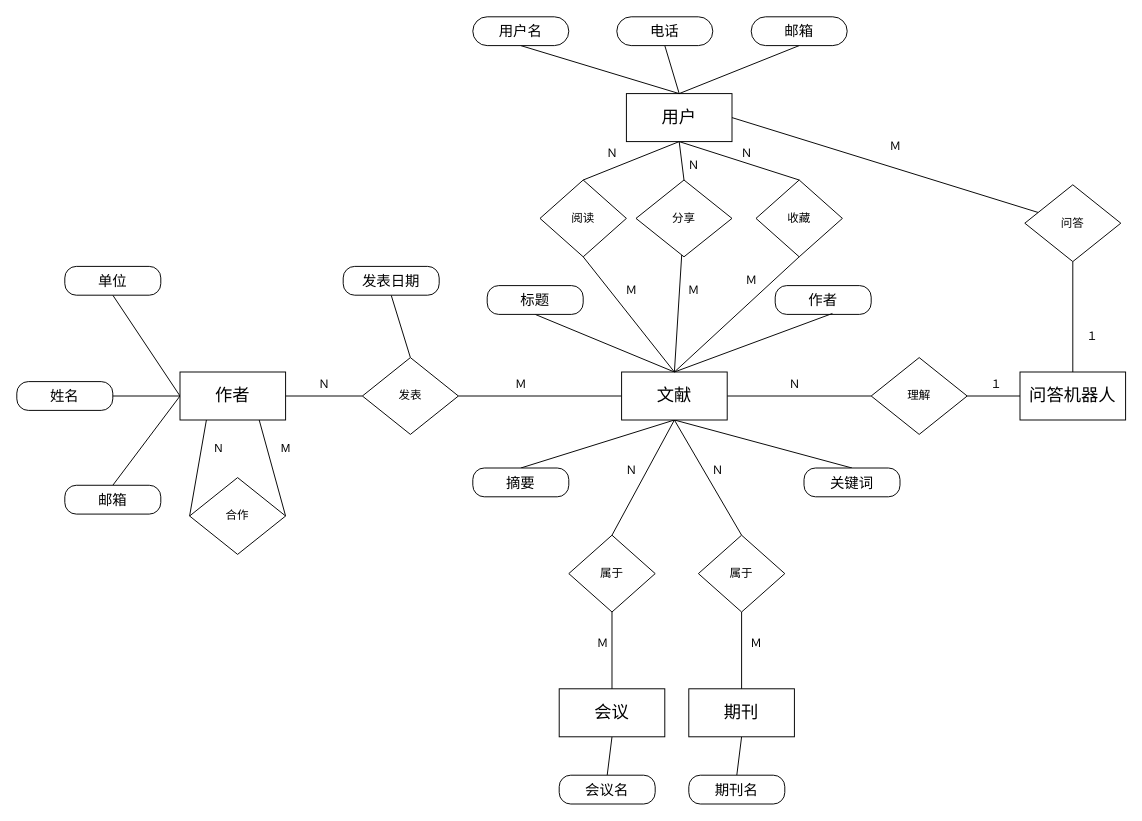
This is ＥＲ图.drawio from yearnallover/step_into_chatgpt, a draw.io file, before an edit. Source tidied: cells renumbered, new cells numbered last; positions are measured from the earlier drawing's top-left corner, leaving out a move shared by most shapes. Both pictures are drawn from the tidied source at 96%, with x=0, y=0 at pixel (16, 16).
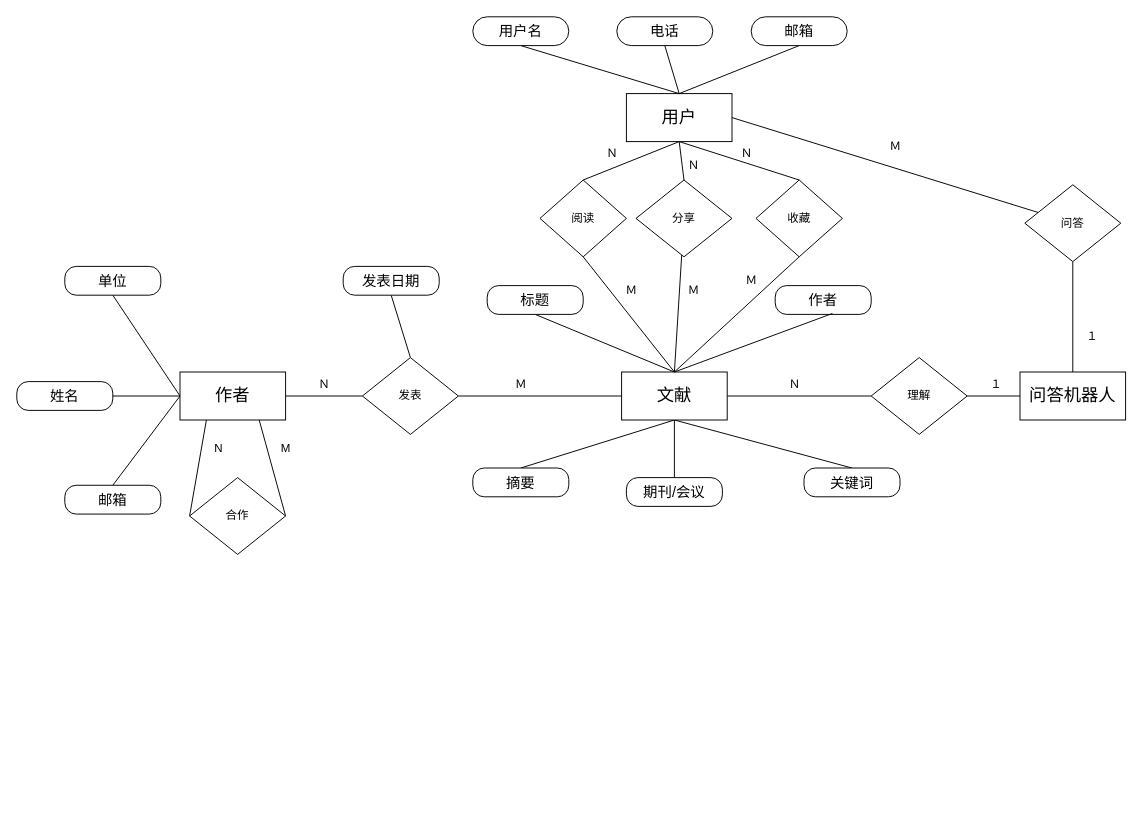
The same diagram, later.

Unchanged cells that the change refers to:
```xml
<mxCell id="25" value="&lt;font style=&quot;font-size: 18px;&quot;&gt;文献&lt;/font&gt;" style="rounded=0;whiteSpace=wrap;html=1;" parent="1" vertex="1">
  <mxGeometry x="630" y="370" width="110" height="50" as="geometry" />
</mxCell>
```

The edit, as a diff of the source:
```diff
@@
-    <mxCell id="26" style="rounded=0;jettySize=auto;html=1;exitX=0.5;exitY=1;exitDx=0;exitDy=0;entryX=0.5;entryY=0;entryDx=0;entryDy=0;endArrow=none;endFill=0;" parent="1" edge="1" source="27" target="59">
-      <mxGeometry relative="1" as="geometry" />
-    </mxCell>
-    <mxCell id="27" value="&lt;span style=&quot;font-size: 18px;&quot;&gt;会议&lt;/span&gt;" style="rounded=0;whiteSpace=wrap;html=1;" parent="1" vertex="1">
-      <mxGeometry x="565" y="700" width="110" height="50" as="geometry" />
-    </mxCell>
@@
-    <mxCell id="40" style="rounded=0;jettySize=auto;html=1;exitX=0.5;exitY=1;exitDx=0;exitDy=0;entryX=0.5;entryY=0;entryDx=0;entryDy=0;endArrow=none;endFill=0;" parent="1" edge="1" source="41" target="60">
-      <mxGeometry relative="1" as="geometry" />
-    </mxCell>
-    <mxCell id="41" value="&lt;span style=&quot;font-size: 18px;&quot;&gt;期刊&lt;/span&gt;" style="rounded=0;whiteSpace=wrap;html=1;" parent="1" vertex="1">
-      <mxGeometry x="700" y="700" width="110" height="50" as="geometry" />
-    </mxCell>
-    <mxCell id="42" style="rounded=0;jettySize=auto;html=1;exitX=0.5;exitY=1;exitDx=0;exitDy=0;entryX=0.5;entryY=0;entryDx=0;entryDy=0;endArrow=none;endFill=0;" parent="1" edge="1" source="25" target="44">
-      <mxGeometry relative="1" as="geometry" />
-    </mxCell>
-    <mxCell id="43" style="rounded=0;jettySize=auto;html=1;exitX=0.5;exitY=1;exitDx=0;exitDy=0;endArrow=none;endFill=0;entryX=0.5;entryY=0;entryDx=0;entryDy=0;" parent="1" edge="1" source="44" target="27">
-      <mxGeometry relative="1" as="geometry" />
-    </mxCell>
-    <mxCell id="44" value="属于" style="rhombus;whiteSpace=wrap;html=1;" parent="1" vertex="1">
-      <mxGeometry x="575" y="540" width="90" height="80" as="geometry" />
-    </mxCell>
-    <mxCell id="45" style="rounded=0;jettySize=auto;html=1;exitX=0.5;exitY=1;exitDx=0;exitDy=0;entryX=0.5;entryY=0;entryDx=0;entryDy=0;endArrow=none;endFill=0;" parent="1" edge="1" source="25" target="47">
-      <mxGeometry relative="1" as="geometry" />
-    </mxCell>
-    <mxCell id="46" style="edgeStyle=orthogonalEdgeStyle;rounded=0;jettySize=auto;html=1;exitX=0.5;exitY=1;exitDx=0;exitDy=0;endArrow=none;endFill=0;" parent="1" edge="1" source="47" target="41">
-      <mxGeometry relative="1" as="geometry" />
-    </mxCell>
-    <mxCell id="47" value="属于" style="rhombus;whiteSpace=wrap;html=1;" parent="1" vertex="1">
-      <mxGeometry x="710" y="540" width="90" height="80" as="geometry" />
-    </mxCell>
@@
-    <mxCell id="59" value="&lt;span style=&quot;font-size: 15px;&quot;&gt;会议名&lt;/span&gt;" style="rounded=1;whiteSpace=wrap;html=1;arcSize=40;fontColor=#000000;fillColor=#FFFFFF;strokeColor=#000000;" parent="1" vertex="1">
-      <mxGeometry x="565" y="790" width="100" height="30" as="geometry" />
-    </mxCell>
-    <mxCell id="60" value="&lt;span style=&quot;font-size: 15px;&quot;&gt;期刊名&lt;/span&gt;" style="rounded=1;whiteSpace=wrap;html=1;arcSize=40;fontColor=#000000;fillColor=#FFFFFF;strokeColor=#000000;" parent="1" vertex="1">
-      <mxGeometry x="700" y="790" width="100" height="30" as="geometry" />
-    </mxCell>
@@
-    <mxCell id="66" value="Ｎ" style="text;html=1;align=center;verticalAlign=middle;strokeColor=none;fillColor=none;" parent="1" vertex="1">
-      <mxGeometry x="620" y="458" width="40" height="30" as="geometry" />
-    </mxCell>
-    <mxCell id="67" value="Ｍ" style="text;html=1;align=center;verticalAlign=middle;strokeColor=none;fillColor=none;" parent="1" vertex="1">
-      <mxGeometry x="590" y="638" width="40" height="30" as="geometry" />
-    </mxCell>
-    <mxCell id="68" value="Ｎ" style="text;html=1;align=center;verticalAlign=middle;strokeColor=none;fillColor=none;" parent="1" vertex="1">
-      <mxGeometry x="710" y="458" width="40" height="30" as="geometry" />
-    </mxCell>
-    <mxCell id="69" value="Ｍ" style="text;html=1;align=center;verticalAlign=middle;strokeColor=none;fillColor=none;" parent="1" vertex="1">
-      <mxGeometry x="750" y="638" width="40" height="30" as="geometry" />
-    </mxCell>
@@
+    <mxCell id="83" style="rounded=0;jettySize=auto;html=1;exitX=0.5;exitY=1;exitDx=0;exitDy=0;entryX=0.5;entryY=0;entryDx=0;entryDy=0;endArrow=none;endFill=0;" parent="1" edge="1" source="25" target="84">
+      <mxGeometry relative="1" as="geometry" />
+    </mxCell>
+    <mxCell id="84" value="&lt;span style=&quot;font-size: 15px;&quot;&gt;期刊/会议&lt;/span&gt;" style="rounded=1;whiteSpace=wrap;html=1;arcSize=40;fontColor=#000000;fillColor=#FFFFFF;strokeColor=#000000;" parent="1" vertex="1">
+      <mxGeometry x="635" y="480" width="100" height="30" as="geometry" />
+    </mxCell>
```
